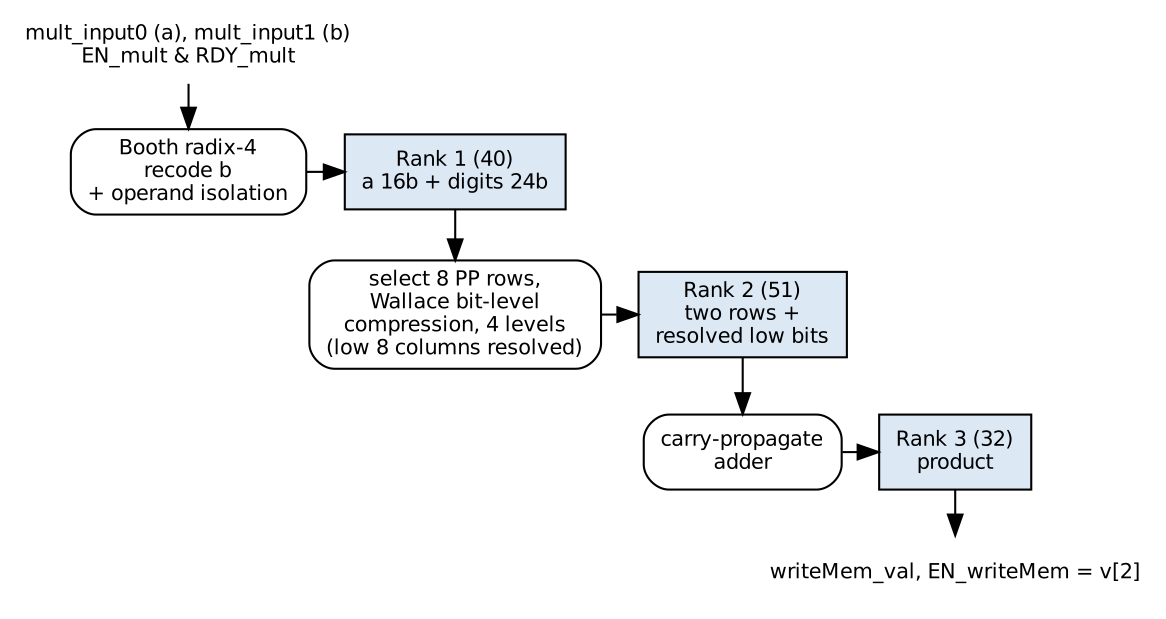
Above: submission/pdf_report/fig/dp400.png in amrsherif21/elec402-p2-open (Graphviz), before the change. Its source is kept beside it as submission/pdf_report/src/dp400.dot.
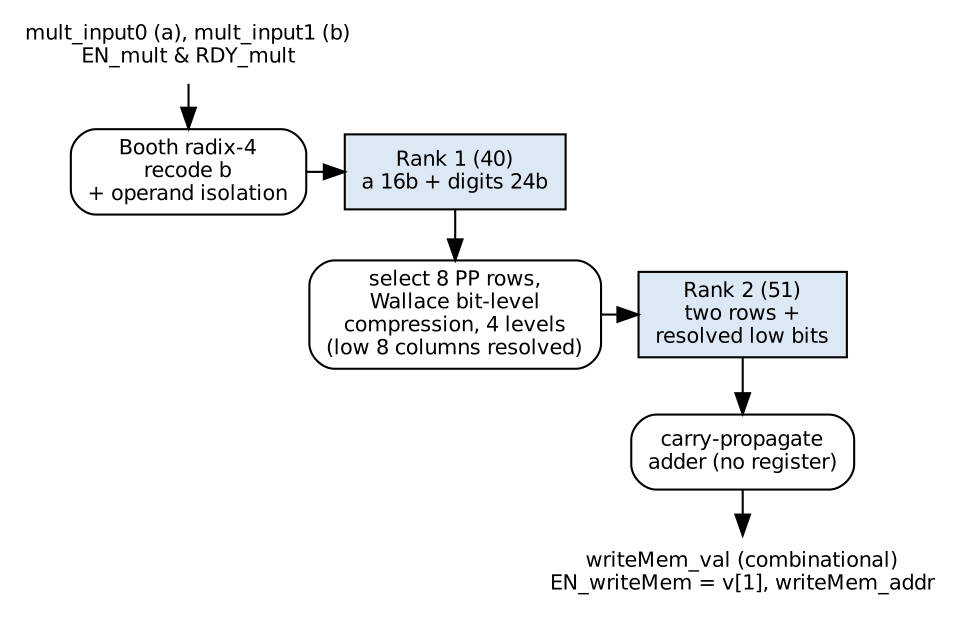
Later version of the same file.

Diff of the diagram source:
```diff
@@ -6,9 +6,8 @@
   r1 [shape=box, style=filled, fillcolor="#dde8f5", label="Rank 1 (40)\na 16b + digits 24b"];
   tree [shape=box, style=rounded, label="select 8 PP rows,\nWallace bit-level\ncompression, 4 levels\n(low 8 columns resolved)"];
   r2 [shape=box, style=filled, fillcolor="#dde8f5", label="Rank 2 (51)\ntwo rows +\nresolved low bits"];
-  cpa [shape=box, style=rounded, label="carry-propagate\nadder"];
-  r3 [shape=box, style=filled, fillcolor="#dde8f5", label="Rank 3 (32)\nproduct"];
-  out [shape=plaintext, label="writeMem_val, EN_writeMem = v[2]"];
-  in -> enc -> r1 -> tree -> r2 -> cpa -> r3 -> out;
-  {rank=same; enc; r1;} {rank=same; tree; r2;} {rank=same; cpa; r3;}
+  cpa [shape=box, style=rounded, label="carry-propagate\nadder (no register)"];
+  out [shape=plaintext, label="writeMem_val (combinational)\nEN_writeMem = v[1], writeMem_addr"];
+  in -> enc -> r1 -> tree -> r2 -> cpa -> out;
+  {rank=same; enc; r1;} {rank=same; tree; r2;}
 }
```
